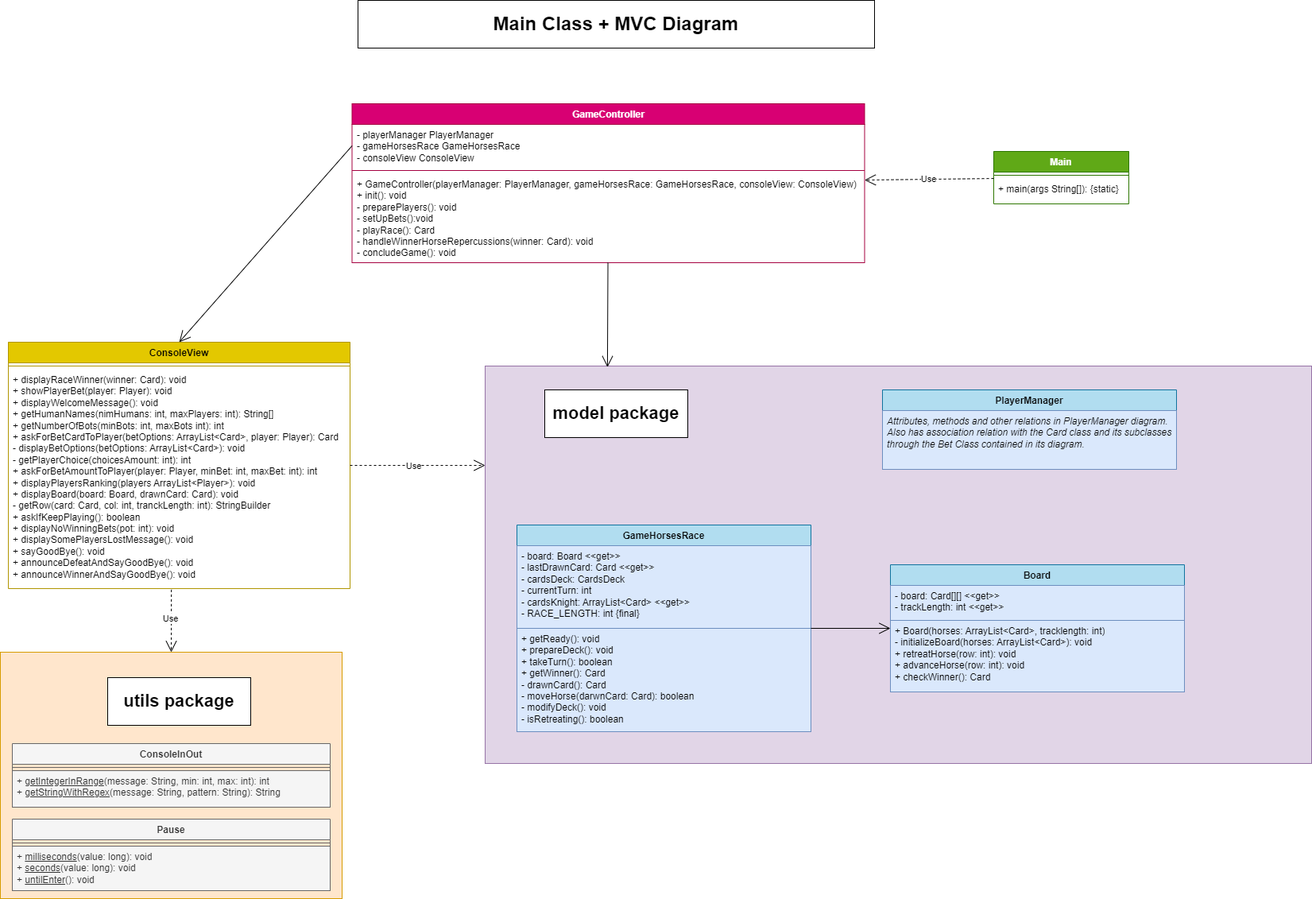
This is resources/class-diagrams/MVC.png from svmmydev/HorseRace-Console, a draw.io export, as it was before one commit. Source tidied: cells renumbered, new cells last; positions are measured from the earlier drawing's top-left corner, leaving out a move shared by most shapes.
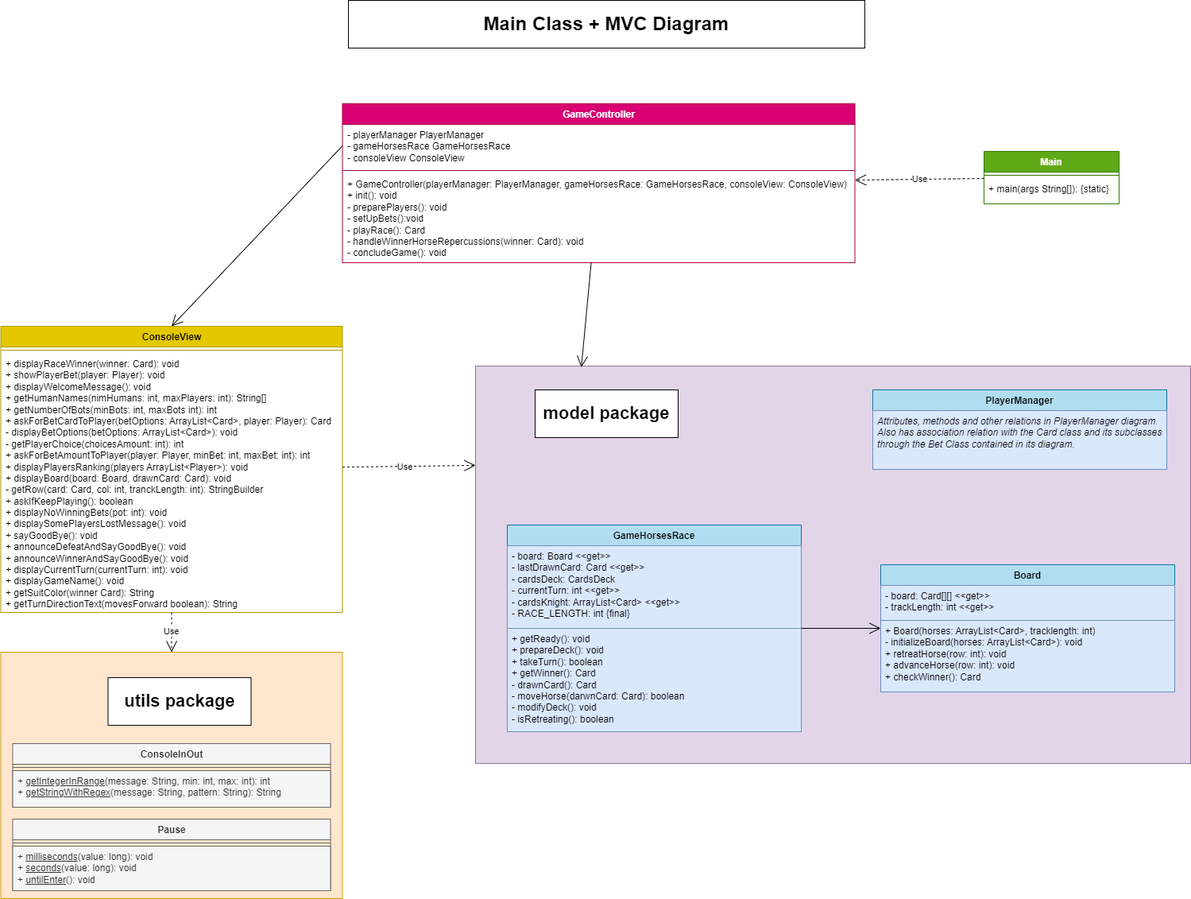
The same diagram one commit later.

The edit, as a diff of the source:
```diff
@@ -27,21 +27,21 @@
       <mxGeometry y="88" width="645" height="112" as="geometry" />
     </mxCell>
     <mxCell id="10" style="rounded=0;whiteSpace=wrap;html=1;fillColor=#e1d5e7;strokeColor=#9673a6;" parent="1" vertex="1">
-      <mxGeometry x="610" y="460" width="1040" height="500" as="geometry" />
+      <mxGeometry x="610" y="460" width="900" height="500" as="geometry" />
     </mxCell>
     <mxCell id="11" value="ConsoleView" style="swimlane;fontStyle=1;align=center;verticalAlign=top;horizontal=1;startSize=26;whiteSpace=wrap;html=1;fillColor=#e3c800;strokeColor=#B09500;fontColor=#000000;" parent="1" vertex="1">
-      <mxGeometry x="10" y="430" width="430" height="310" as="geometry" />
+      <mxGeometry x="12.5" y="410" width="430" height="360" as="geometry" />
     </mxCell>
     <mxCell id="12" style="line;strokeWidth=1;fillColor=none;align=left;verticalAlign=middle;spacingTop=-1;spacingLeft=3;spacingRight=3;labelPosition=right;strokeColor=inherit;" parent="11" vertex="1">
       <mxGeometry y="26" width="430" height="8" as="geometry" />
     </mxCell>
-    <mxCell id="13" value="+ displayRaceWinner(winner: Card): void&lt;div&gt;+ showPlayerBet(player: Player): void&lt;/div&gt;&lt;div&gt;+ displayWelcomeMessage(): void&lt;/div&gt;&lt;div&gt;+ getHumanNames(nimHumans: int, maxPlayers: int): String[]&lt;/div&gt;&lt;div&gt;+ getNumberOfBots(minBots: int, maxBots int): int&lt;/div&gt;&lt;div&gt;+ askForBetCardToPlayer(betOptions: ArrayList&amp;lt;Card&amp;gt;, player: Player): Card&lt;/div&gt;&lt;div&gt;- displayBetOptions(&lt;span style=&quot;background-color: initial;&quot;&gt;betOptions: ArrayList&amp;lt;Card&amp;gt;): void&lt;/span&gt;&lt;/div&gt;&lt;div&gt;&lt;span style=&quot;background-color: initial;&quot;&gt;- getPlayerChoice(choicesAmount: int): int&lt;/span&gt;&lt;/div&gt;&lt;div&gt;&lt;span style=&quot;background-color: initial;&quot;&gt;+ askForBetAmountToPlayer(player: Player, minBet: int, maxBet: int): int&lt;/span&gt;&lt;/div&gt;&lt;div&gt;&lt;span style=&quot;background-color: initial;&quot;&gt;+ displayPlayersRanking(players ArrayList&amp;lt;Player&amp;gt;): void&lt;/span&gt;&lt;/div&gt;&lt;div&gt;+ displayBoard(board: Board, drawnCard: Card): void&lt;/div&gt;&lt;div&gt;- getRow(card: Card, col: int, tranckLength: int): StringBuilder&lt;/div&gt;&lt;div&gt;+ askIfKeepPlaying(): boolean&lt;/div&gt;&lt;div&gt;+ displayNoWinningBets(pot: int): void&lt;/div&gt;&lt;div&gt;+ displaySomePlayersLostMessage(): void&lt;/div&gt;&lt;div&gt;+ sayGoodBye(): void&lt;/div&gt;&lt;div&gt;+ announceDefeatAndS&lt;span style=&quot;background-color: initial;&quot;&gt;ayGoodBye(): void&lt;/span&gt;&lt;/div&gt;&lt;div&gt;&lt;span style=&quot;background-color: initial;&quot;&gt;+ announceWinnerAndS&lt;/span&gt;&lt;span style=&quot;background-color: initial;&quot;&gt;ayGoodBye(): void&lt;/span&gt;&lt;/div&gt;" style="text;strokeColor=none;fillColor=none;align=left;verticalAlign=top;spacingLeft=4;spacingRight=4;overflow=hidden;points=[[0,0.5],[1,0.5]];portConstraint=eastwest;whiteSpace=wrap;html=1;" parent="11" vertex="1">
-      <mxGeometry y="34" width="430" height="276" as="geometry" />
+    <mxCell id="13" value="+ displayRaceWinner(winner: Card): void&lt;div&gt;+ showPlayerBet(player: Player): void&lt;/div&gt;&lt;div&gt;+ displayWelcomeMessage(): void&lt;/div&gt;&lt;div&gt;+ getHumanNames(nimHumans: int, maxPlayers: int): String[]&lt;/div&gt;&lt;div&gt;+ getNumberOfBots(minBots: int, maxBots int): int&lt;/div&gt;&lt;div&gt;+ askForBetCardToPlayer(betOptions: ArrayList&amp;lt;Card&amp;gt;, player: Player): Card&lt;/div&gt;&lt;div&gt;- displayBetOptions(&lt;span style=&quot;background-color: initial;&quot;&gt;betOptions: ArrayList&amp;lt;Card&amp;gt;): void&lt;/span&gt;&lt;/div&gt;&lt;div&gt;&lt;span style=&quot;background-color: initial;&quot;&gt;- getPlayerChoice(choicesAmount: int): int&lt;/span&gt;&lt;/div&gt;&lt;div&gt;&lt;span style=&quot;background-color: initial;&quot;&gt;+ askForBetAmountToPlayer(player: Player, minBet: int, maxBet: int): int&lt;/span&gt;&lt;/div&gt;&lt;div&gt;&lt;span style=&quot;background-color: initial;&quot;&gt;+ displayPlayersRanking(players ArrayList&amp;lt;Player&amp;gt;): void&lt;/span&gt;&lt;/div&gt;&lt;div&gt;+ displayBoard(board: Board, drawnCard: Card): void&lt;/div&gt;&lt;div&gt;- getRow(card: Card, col: int, tranckLength: int): StringBuilder&lt;/div&gt;&lt;div&gt;+ askIfKeepPlaying(): boolean&lt;/div&gt;&lt;div&gt;+ displayNoWinningBets(pot: int): void&lt;/div&gt;&lt;div&gt;+ displaySomePlayersLostMessage(): void&lt;/div&gt;&lt;div&gt;+ sayGoodBye(): void&lt;/div&gt;&lt;div&gt;+ announceDefeatAndS&lt;span style=&quot;background-color: initial;&quot;&gt;ayGoodBye(): void&lt;/span&gt;&lt;/div&gt;&lt;div&gt;&lt;span style=&quot;background-color: initial;&quot;&gt;+ announceWinnerAndS&lt;/span&gt;&lt;span style=&quot;background-color: initial;&quot;&gt;ayGoodBye(): void&lt;/span&gt;&lt;/div&gt;&lt;div&gt;&lt;span style=&quot;background-color: initial;&quot;&gt;+ displayCurrentTurn(currentTurn: int): void&lt;/span&gt;&lt;/div&gt;&lt;div&gt;&lt;span style=&quot;background-color: initial;&quot;&gt;+ displayGameName(): void&lt;/span&gt;&lt;/div&gt;&lt;div&gt;&lt;span style=&quot;background-color: initial;&quot;&gt;+ getSuitColor(winner Card): String&lt;/span&gt;&lt;/div&gt;&lt;div&gt;&lt;span style=&quot;background-color: initial;&quot;&gt;+ getTurnDirectionText(movesForward boolean): String&lt;/span&gt;&lt;/div&gt;" style="text;strokeColor=none;fillColor=none;align=left;verticalAlign=top;spacingLeft=4;spacingRight=4;overflow=hidden;points=[[0,0.5],[1,0.5]];portConstraint=eastwest;whiteSpace=wrap;html=1;" parent="11" vertex="1">
+      <mxGeometry y="34" width="430" height="326" as="geometry" />
     </mxCell>
     <mxCell id="14" value="GameHorsesRace" style="swimlane;fontStyle=1;align=center;verticalAlign=top;horizontal=1;startSize=26;whiteSpace=wrap;html=1;fillColor=#b1ddf0;strokeColor=#10739e;" parent="1" vertex="1">
       <mxGeometry x="650" y="660" width="370" height="260" as="geometry" />
     </mxCell>
-    <mxCell id="15" value="- board: Board &amp;lt;&amp;lt;get&amp;gt;&amp;gt;&lt;div&gt;- lastDrawnCard: Card &amp;lt;&amp;lt;get&amp;gt;&amp;gt;&lt;/div&gt;&lt;div&gt;- cardsDeck: CardsDeck&lt;/div&gt;&lt;div&gt;- currentTurn: int&lt;/div&gt;&lt;div&gt;- cardsKnight: ArrayList&amp;lt;Card&amp;gt; &amp;lt;&amp;lt;get&amp;gt;&amp;gt;&lt;/div&gt;&lt;div&gt;- RACE_LENGTH: int {final}&lt;/div&gt;" style="text;strokeColor=#6c8ebf;fillColor=#dae8fc;align=left;verticalAlign=top;spacingLeft=4;spacingRight=4;overflow=hidden;whiteSpace=wrap;html=1;" parent="14" vertex="1">
+    <mxCell id="15" value="- board: Board &amp;lt;&amp;lt;get&amp;gt;&amp;gt;&lt;div&gt;- lastDrawnCard: Card &amp;lt;&amp;lt;get&amp;gt;&amp;gt;&lt;/div&gt;&lt;div&gt;- cardsDeck: CardsDeck&lt;/div&gt;&lt;div&gt;- currentTurn: int &amp;lt;&amp;lt;get&amp;gt;&amp;gt;&lt;/div&gt;&lt;div&gt;- cardsKnight: ArrayList&amp;lt;Card&amp;gt; &amp;lt;&amp;lt;get&amp;gt;&amp;gt;&lt;/div&gt;&lt;div&gt;- RACE_LENGTH: int {final}&lt;/div&gt;" style="text;strokeColor=#6c8ebf;fillColor=#dae8fc;align=left;verticalAlign=top;spacingLeft=4;spacingRight=4;overflow=hidden;whiteSpace=wrap;html=1;" parent="14" vertex="1">
       <mxGeometry y="26" width="370" height="104" as="geometry" />
     </mxCell>
     <mxCell id="16" value="+ getReady(): void&lt;div&gt;+ prepareDeck(): void&lt;/div&gt;&lt;div&gt;+ takeTurn(): boolean&lt;/div&gt;&lt;div&gt;+ getWinner(): Card&lt;/div&gt;&lt;div&gt;- drawnCard(): Card&lt;/div&gt;&lt;div&gt;- moveHorse(darwnCard: Card): boolean&lt;/div&gt;&lt;div&gt;- modifyDeck(): void&lt;/div&gt;&lt;div&gt;- isRetreating(): boolean&lt;/div&gt;&lt;div&gt;&lt;br&gt;&lt;/div&gt;" style="text;strokeColor=#6c8ebf;fillColor=#dae8fc;align=left;verticalAlign=top;spacingLeft=4;spacingRight=4;overflow=hidden;whiteSpace=wrap;html=1;" parent="14" vertex="1">
@@ -78,10 +78,10 @@
       <mxGeometry x="685" y="490" width="180" height="60" as="geometry" />
     </mxCell>
     <mxCell id="27" style="rounded=0;whiteSpace=wrap;html=1;fillColor=#ffe6cc;strokeColor=#d79b00;" parent="1" vertex="1">
-      <mxGeometry y="820" width="430" height="310" as="geometry" />
+      <mxGeometry x="12.5" y="820" width="430" height="310" as="geometry" />
     </mxCell>
     <mxCell id="28" value="ConsoleInOut" style="swimlane;fontStyle=1;align=center;verticalAlign=top;horizontal=1;startSize=26;whiteSpace=wrap;html=1;fillColor=#f5f5f5;strokeColor=#666666;fontColor=#333333;" parent="1" vertex="1">
-      <mxGeometry x="15" y="935" width="400" height="80" as="geometry" />
+      <mxGeometry x="27.5" y="935" width="400" height="80" as="geometry" />
     </mxCell>
     <mxCell id="29" style="line;strokeWidth=1;fillColor=#f5f5f5;align=left;verticalAlign=middle;spacingTop=-1;spacingLeft=3;spacingRight=3;labelPosition=right;strokeColor=#666666;fontColor=#333333;" parent="28" vertex="1">
       <mxGeometry y="26" width="400" height="8" as="geometry" />
@@ -90,7 +90,7 @@
       <mxGeometry y="34" width="400" height="46" as="geometry" />
     </mxCell>
     <mxCell id="31" value="Pause" style="swimlane;fontStyle=1;align=center;verticalAlign=top;horizontal=1;startSize=26;whiteSpace=wrap;html=1;fillColor=#f5f5f5;strokeColor=#666666;fontColor=#333333;" parent="1" vertex="1">
-      <mxGeometry x="15" y="1030" width="400" height="90" as="geometry" />
+      <mxGeometry x="27.5" y="1030" width="400" height="90" as="geometry" />
     </mxCell>
     <mxCell id="32" style="line;strokeWidth=1;fillColor=#f5f5f5;align=left;verticalAlign=middle;spacingTop=-1;spacingLeft=3;spacingRight=3;labelPosition=right;strokeColor=#666666;fontColor=#333333;" parent="31" vertex="1">
       <mxGeometry y="26" width="400" height="8" as="geometry" />
@@ -99,9 +99,9 @@
       <mxGeometry y="34" width="400" height="56" as="geometry" />
     </mxCell>
     <mxCell id="34" value="utils package" style="html=1;whiteSpace=wrap;fontSize=22;fontStyle=1;" parent="1" vertex="1">
-      <mxGeometry x="135" y="852" width="180" height="60" as="geometry" />
+      <mxGeometry x="147.5" y="852" width="180" height="60" as="geometry" />
     </mxCell>
-    <mxCell id="35" value="Use" style="endArrow=open;endSize=12;dashed=1;html=1;rounded=0;entryX=0.5;entryY=0;entryDx=0;entryDy=0;exitX=0.477;exitY=1.005;exitDx=0;exitDy=0;exitPerimeter=0;" parent="1" edge="1" source="13" target="27">
+    <mxCell id="35" value="Use" style="endArrow=open;endSize=12;dashed=1;html=1;rounded=0;entryX=0.5;entryY=0;entryDx=0;entryDy=0;" parent="1" edge="1" source="11" target="27">
       <mxGeometry x="-0.06" y="-1" relative="1" as="geometry" />
     </mxCell>
     <mxCell id="36" style="endArrow=open;endFill=1;endSize=12;html=1;rounded=0;" parent="1" edge="1" source="14" target="19">
```
